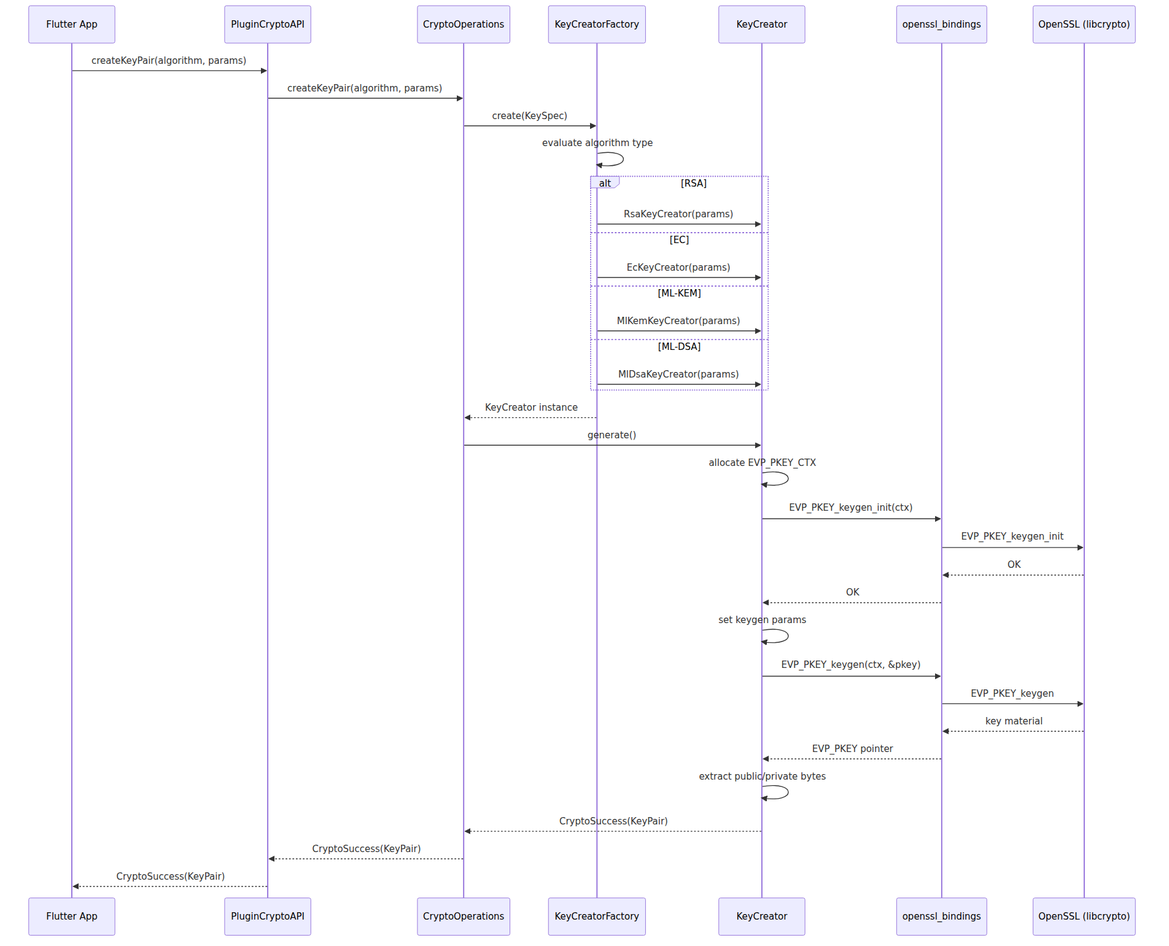
Earlier version of the Mermaid export docs/images/diagram_03.png (medalha01/Plugin-Crypto). Its source is kept beside it as docs/images/diagram_03.mmd. Its diagram source:
```mermaid
sequenceDiagram
    participant App as Flutter App
    participant API as PluginCryptoAPI
    participant Ops as CryptoOperations
    participant Factory as KeyCreatorFactory
    participant Creator as KeyCreator
    participant FFI as openssl_bindings
    participant Native as OpenSSL (libcrypto)

    App->>API: createKeyPair(algorithm, params)
    API->>Ops: createKeyPair(algorithm, params)
    Ops->>Factory: create(KeySpec)
    Factory->>Factory: evaluate algorithm type
    alt RSA
        Factory->>Creator: RsaKeyCreator(params)
    else EC
        Factory->>Creator: EcKeyCreator(params)
    else ML-KEM
        Factory->>Creator: MlKemKeyCreator(params)
    else ML-DSA
        Factory->>Creator: MlDsaKeyCreator(params)
    end
    Factory-->>Ops: KeyCreator instance

    Ops->>Creator: generate()
    Creator->>Creator: allocate EVP_PKEY_CTX
    Creator->>FFI: EVP_PKEY_keygen_init(ctx)
    FFI->>Native: EVP_PKEY_keygen_init
    Native-->>FFI: OK
    FFI-->>Creator: OK

    Creator->>Creator: set keygen params
    Creator->>FFI: EVP_PKEY_keygen(ctx, &pkey)
    FFI->>Native: EVP_PKEY_keygen
    Native-->>FFI: key material
    FFI-->>Creator: EVP_PKEY pointer

    Creator->>Creator: extract public/private bytes
    Creator-->>Ops: CryptoSuccess(KeyPair)
    Ops-->>API: CryptoSuccess(KeyPair)
    API-->>App: CryptoSuccess(KeyPair)
```
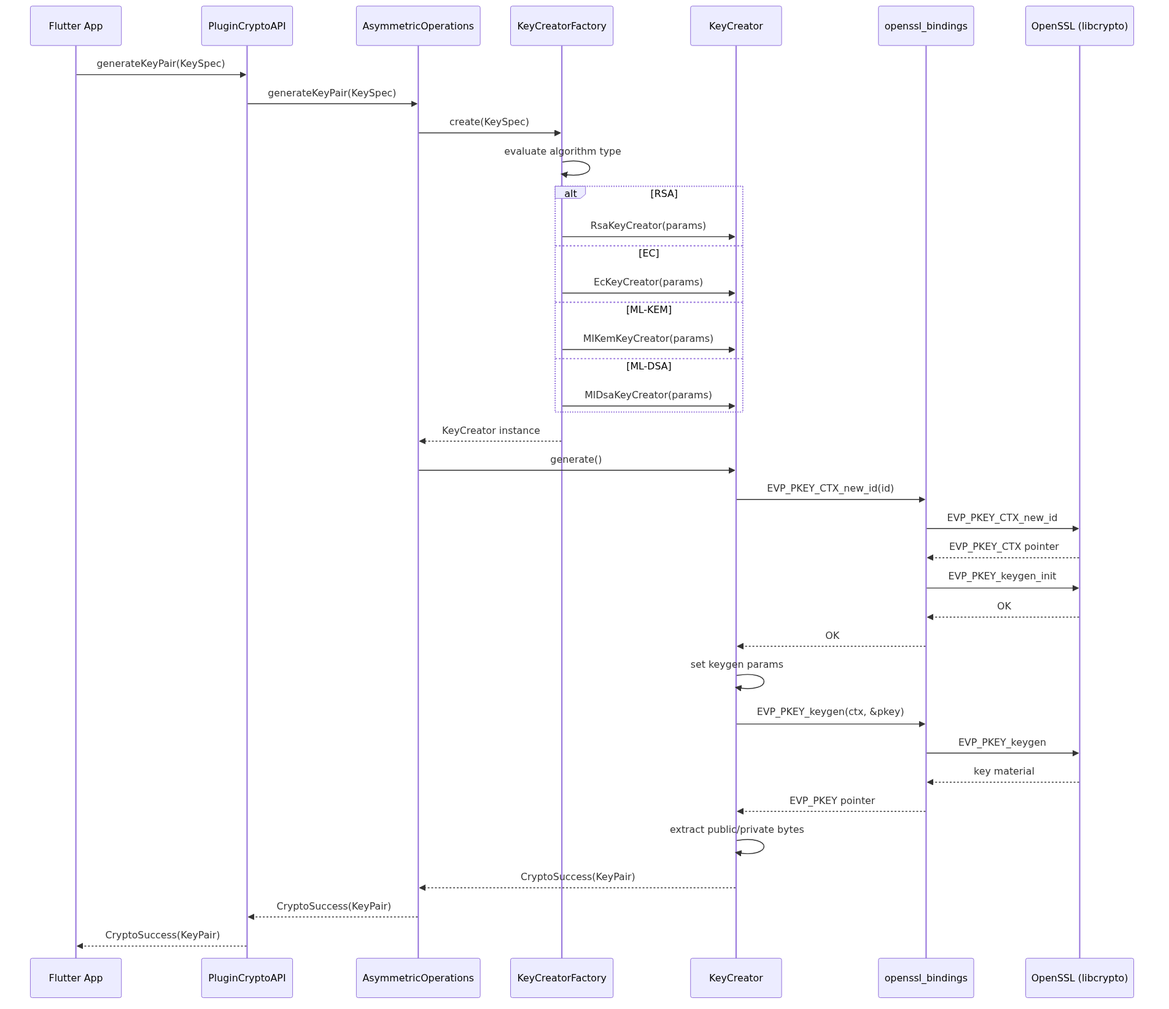
The same file after the commit.

Change to the diagram source:
```diff
@@ -1,15 +1,15 @@
 sequenceDiagram
     participant App as Flutter App
     participant API as PluginCryptoAPI
-    participant Ops as CryptoOperations
+    participant Asym as AsymmetricOperations
     participant Factory as KeyCreatorFactory
     participant Creator as KeyCreator
     participant FFI as openssl_bindings
     participant Native as OpenSSL (libcrypto)
 
-    App->>API: createKeyPair(algorithm, params)
-    API->>Ops: createKeyPair(algorithm, params)
-    Ops->>Factory: create(KeySpec)
+    App->>API: generateKeyPair(KeySpec)
+    API->>Asym: generateKeyPair(KeySpec)
+    Asym->>Factory: create(KeySpec)
     Factory->>Factory: evaluate algorithm type
     alt RSA
         Factory->>Creator: RsaKeyCreator(params)
@@ -20,11 +20,12 @@
     else ML-DSA
         Factory->>Creator: MlDsaKeyCreator(params)
     end
-    Factory-->>Ops: KeyCreator instance
+    Factory-->>Asym: KeyCreator instance
 
-    Ops->>Creator: generate()
-    Creator->>Creator: allocate EVP_PKEY_CTX
-    Creator->>FFI: EVP_PKEY_keygen_init(ctx)
+    Asym->>Creator: generate()
+    Creator->>FFI: EVP_PKEY_CTX_new_id(id)
+    FFI->>Native: EVP_PKEY_CTX_new_id
+    Native-->>FFI: EVP_PKEY_CTX pointer
     FFI->>Native: EVP_PKEY_keygen_init
     Native-->>FFI: OK
     FFI-->>Creator: OK
@@ -36,6 +37,6 @@
     FFI-->>Creator: EVP_PKEY pointer
 
     Creator->>Creator: extract public/private bytes
-    Creator-->>Ops: CryptoSuccess(KeyPair)
-    Ops-->>API: CryptoSuccess(KeyPair)
+    Creator-->>Asym: CryptoSuccess(KeyPair)
+    Asym-->>API: CryptoSuccess(KeyPair)
     API-->>App: CryptoSuccess(KeyPair)
```
